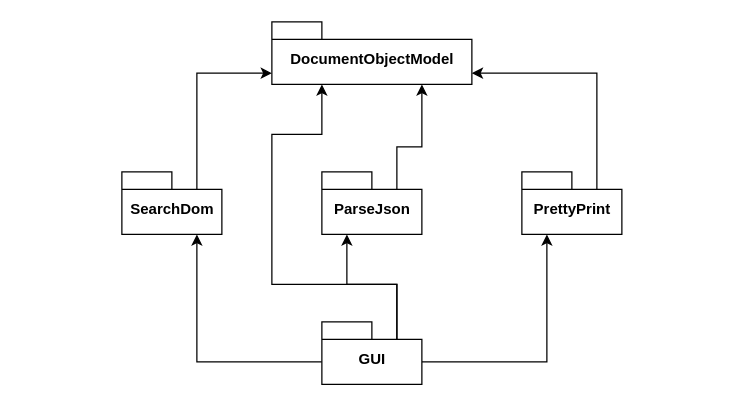
Above: CSE 681 - Project 1 - Patrick McDougle - Package Overview.drawio in PatrickMcDougle/CSE681 (draw.io), before the change. Source tidied: cells renumbered, new cells numbered last; positions are measured from the earlier drawing's top-left corner, leaving out a move shared by most shapes. Both pictures are drawn from the tidied source at 125%, with x=0, y=0 at pixel (121, 21).
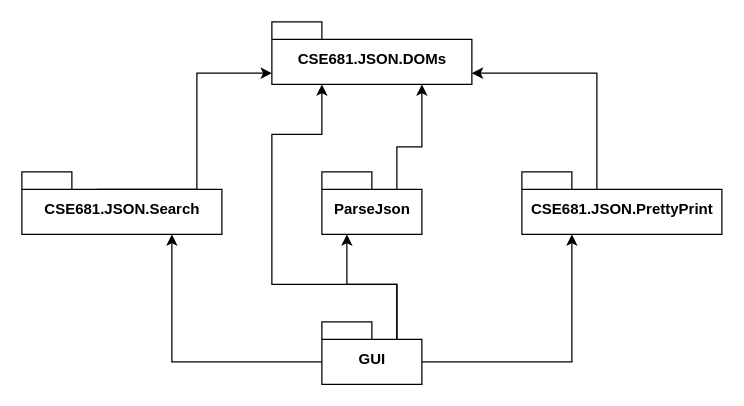
Above is the later version.

What changed in the source:
```diff
@@
-    <mxCell id="2" value="DocumentObjectModel" style="shape=folder;fontStyle=1;spacingTop=10;tabWidth=40;tabHeight=14;tabPosition=left;html=1;" parent="1" vertex="1">
+    <mxCell id="2" value="CSE681.JSON.DOMs" style="shape=folder;fontStyle=1;spacingTop=10;tabWidth=40;tabHeight=14;tabPosition=left;html=1;" parent="1" vertex="1">
       <mxGeometry x="120" width="160" height="50" as="geometry" />
     </mxCell>
@@
-    <mxCell id="6" value="PrettyPrint" style="shape=folder;fontStyle=1;spacingTop=10;tabWidth=40;tabHeight=14;tabPosition=left;html=1;" parent="1" vertex="1">
-      <mxGeometry x="320" y="120" width="80" height="50" as="geometry" />
+    <mxCell id="6" value="CSE681.JSON.PrettyPrint" style="shape=folder;fontStyle=1;spacingTop=10;tabWidth=40;tabHeight=14;tabPosition=left;html=1;" parent="1" vertex="1">
+      <mxGeometry x="320" y="120" width="160" height="50" as="geometry" />
     </mxCell>
@@
-    <mxCell id="8" value="SearchDom" style="shape=folder;fontStyle=1;spacingTop=10;tabWidth=40;tabHeight=14;tabPosition=left;html=1;" parent="1" vertex="1">
-      <mxGeometry y="120" width="80" height="50" as="geometry" />
+    <mxCell id="8" value="CSE681.JSON.Search" style="shape=folder;fontStyle=1;spacingTop=10;tabWidth=40;tabHeight=14;tabPosition=left;html=1;" parent="1" vertex="1">
+      <mxGeometry x="-80" y="120" width="160" height="50" as="geometry" />
     </mxCell>
```
